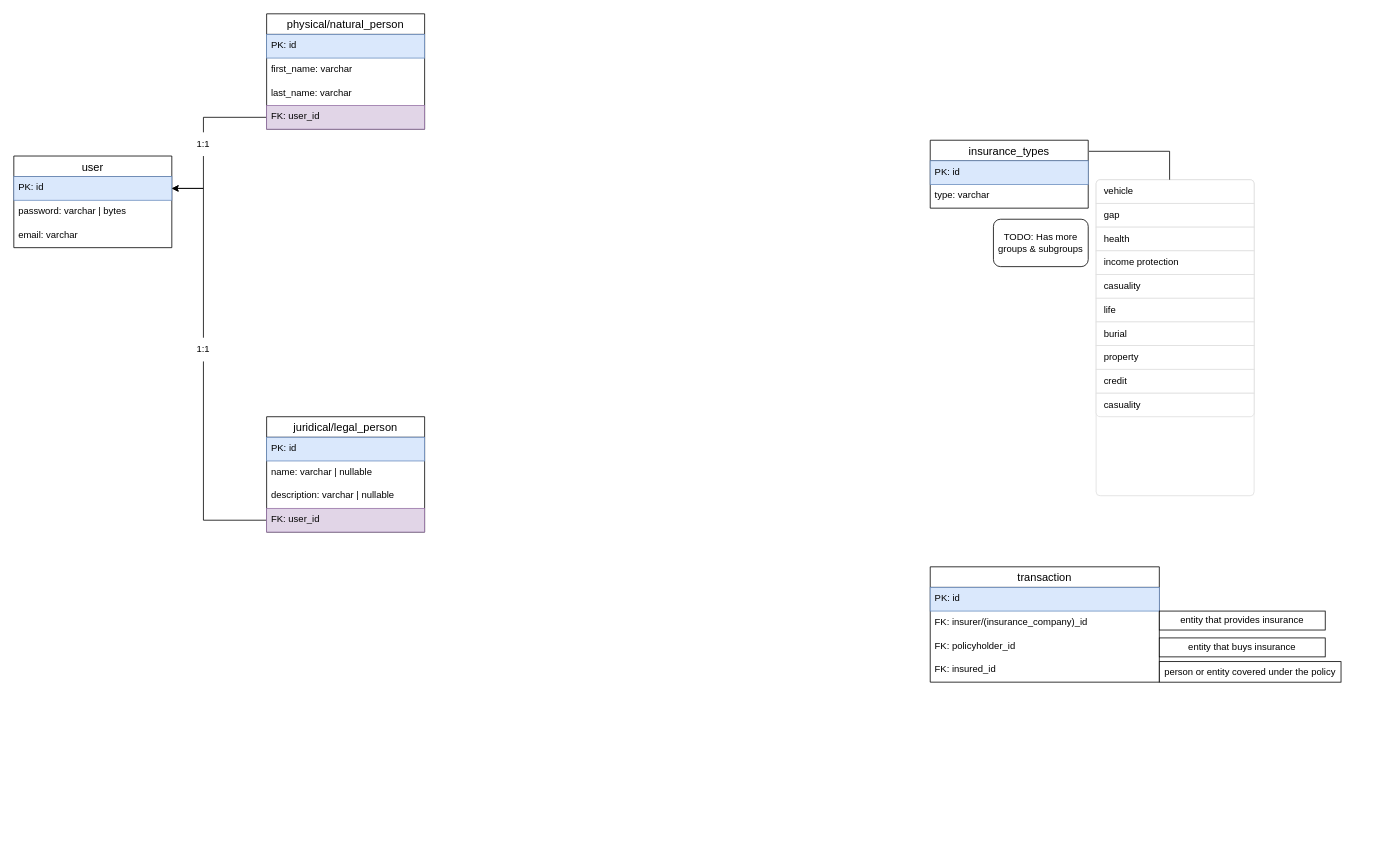
Before: docks/models.drawio in hophiphip/bruh, a draw.io diagram. Source tidied: cells renumbered, new cells numbered last; positions are measured from the earlier drawing's top-left corner, leaving out a move shared by most shapes. Both pictures are drawn from the tidied source at 79%, with x=0, y=0 at pixel (13, 13).
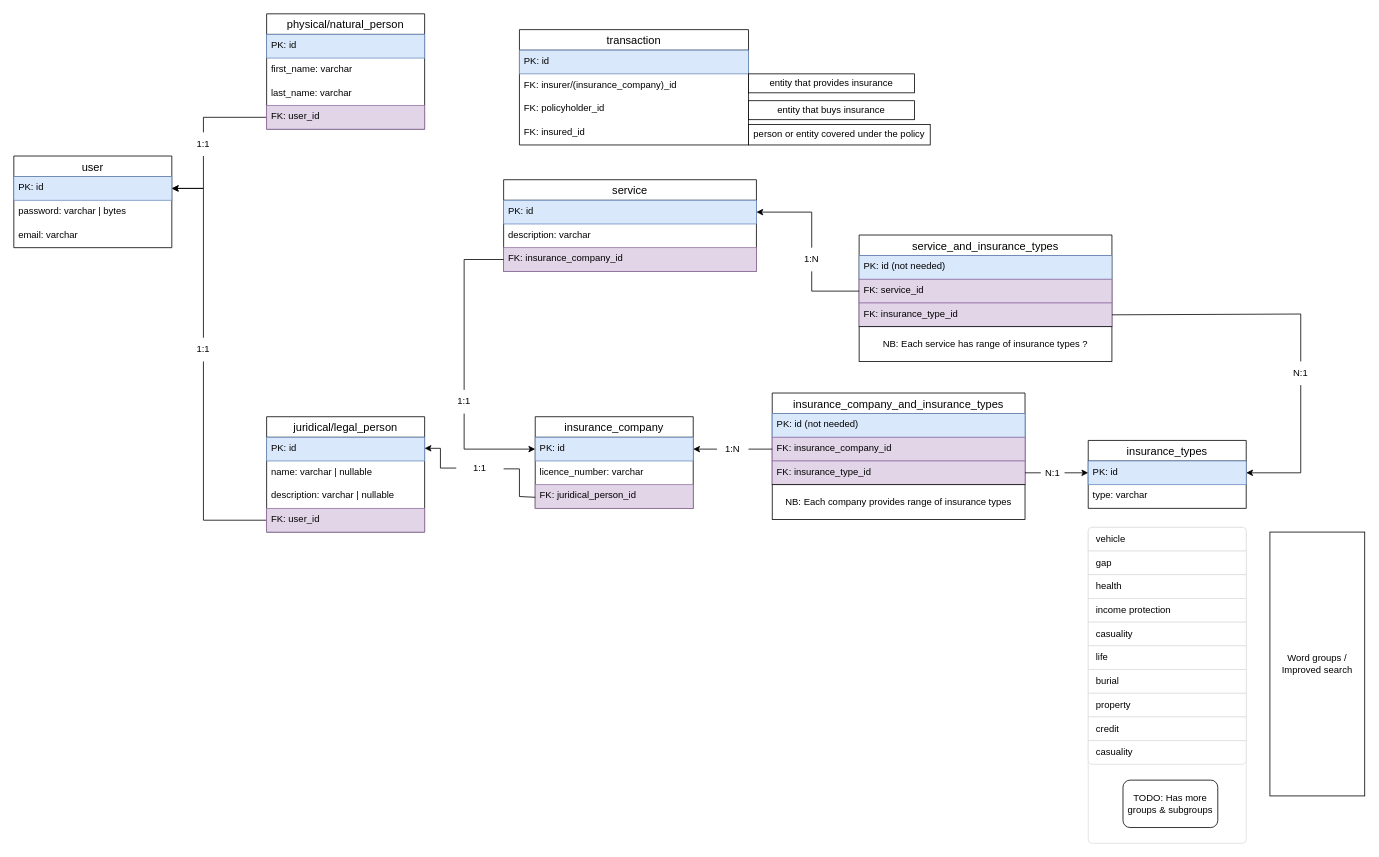
The same diagram, later.

Unchanged cells that the change refers to:
```xml
<mxCell id="23" value="PK: id" style="text;strokeColor=#6c8ebf;fillColor=#dae8fc;spacingLeft=4;spacingRight=4;overflow=hidden;points=[[0,0.5],[1,0.5]];portConstraint=eastwest;fontSize=12;" parent="22" vertex="1">
  <mxGeometry y="26" width="200" height="30" as="geometry" />
</mxCell>
```

What changed in the source:
```diff
@@
+    <mxCell id="38" value="transaction" style="swimlane;fontStyle=0;horizontal=1;startSize=26;align=center;fontSize=14;" parent="1" vertex="1">
+      <mxGeometry x="640" y="20" width="290" height="146" as="geometry" />
+    </mxCell>
+    <mxCell id="39" value="PK: id" style="text;strokeColor=#6c8ebf;fillColor=#dae8fc;spacingLeft=4;spacingRight=4;overflow=hidden;fontSize=12;" parent="38" vertex="1">
+      <mxGeometry y="26" width="290" height="30" as="geometry" />
+    </mxCell>
+    <mxCell id="40" value="FK: insurer/(insurance_company)_id" style="text;strokeColor=none;fillColor=none;spacingLeft=4;spacingRight=4;overflow=hidden;fontSize=12;" parent="38" vertex="1">
+      <mxGeometry y="56" width="290" height="30" as="geometry" />
+    </mxCell>
+    <mxCell id="41" value="FK: policyholder_id" style="text;strokeColor=none;fillColor=none;spacingLeft=4;spacingRight=4;overflow=hidden;fontSize=12;" parent="38" vertex="1">
+      <mxGeometry y="86" width="290" height="30" as="geometry" />
+    </mxCell>
+    <mxCell id="42" value="FK: insured_id" style="text;strokeColor=none;fillColor=none;spacingLeft=4;spacingRight=4;overflow=hidden;fontSize=12;" parent="38" vertex="1">
+      <mxGeometry y="116" width="290" height="30" as="geometry" />
+    </mxCell>
+    <mxCell id="43" value="entity that provides insurance" style="rounded=0;whiteSpace=wrap;html=1;" parent="1" vertex="1">
+      <mxGeometry x="930" y="76" width="210" height="24" as="geometry" />
+    </mxCell>
+    <mxCell id="44" value="entity that buys insurance" style="rounded=0;whiteSpace=wrap;html=1;" parent="1" vertex="1">
+      <mxGeometry x="930" y="110" width="210" height="24" as="geometry" />
+    </mxCell>
+    <mxCell id="45" value=" person or entity covered under the policy" style="rounded=0;whiteSpace=wrap;html=1;" parent="1" vertex="1">
+      <mxGeometry x="930" y="140" width="230" height="26" as="geometry" />
+    </mxCell>
+    <mxCell id="46" value="insurance_company" style="swimlane;fontStyle=0;horizontal=1;startSize=26;align=center;fontSize=14;" parent="1" vertex="1">
+      <mxGeometry x="660" y="510" width="200" height="116" as="geometry" />
+    </mxCell>
+    <mxCell id="47" value="PK: id" style="text;strokeColor=#6c8ebf;fillColor=#dae8fc;spacingLeft=4;spacingRight=4;overflow=hidden;points=[[0,0.5],[1,0.5]];portConstraint=eastwest;fontSize=12;" parent="46" vertex="1">
+      <mxGeometry y="26" width="200" height="30" as="geometry" />
+    </mxCell>
+    <mxCell id="48" value="licence_number: varchar" style="text;strokeColor=none;fillColor=none;spacingLeft=4;spacingRight=4;overflow=hidden;fontSize=12;" parent="46" vertex="1">
+      <mxGeometry y="56" width="200" height="30" as="geometry" />
+    </mxCell>
+    <mxCell id="49" value="FK: juridical_person_id" style="text;strokeColor=#9673a6;fillColor=#e1d5e7;spacingLeft=4;spacingRight=4;overflow=hidden;fontSize=12;" parent="46" vertex="1">
+      <mxGeometry y="86" width="200" height="30" as="geometry" />
+    </mxCell>
+    <mxCell id="50" style="endArrow=classic;html=1;rounded=0;exitX=0;exitY=0.5;exitDx=0;exitDy=0;startArrow=none;" parent="1" edge="1" source="51">
+      <mxGeometry relative="1" as="geometry">
+        <mxPoint x="520" y="550" as="targetPoint" />
+        <Array as="points">
+          <mxPoint x="540" y="575" />
+          <mxPoint x="540" y="550" />
+        </Array>
+      </mxGeometry>
+    </mxCell>
+    <mxCell id="51" value="1:1" style="text;html=1;strokeColor=none;fillColor=none;align=center;verticalAlign=middle;whiteSpace=wrap;rounded=0;" parent="1" vertex="1">
+      <mxGeometry x="560" y="560" width="60" height="30" as="geometry" />
+    </mxCell>
+    <mxCell id="52" style="endArrow=none;html=1;rounded=0;exitX=0;exitY=0.5;exitDx=0;exitDy=0;entryX=1;entryY=0.5;entryDx=0;entryDy=0;" parent="1" edge="1">
+      <mxGeometry relative="1" as="geometry">
+        <mxPoint x="660" y="612" as="sourcePoint" />
+        <mxPoint x="620" y="576" as="targetPoint" />
+        <Array as="points">
+          <mxPoint x="640" y="611" />
+          <mxPoint x="640" y="576" />
+        </Array>
+      </mxGeometry>
+    </mxCell>
+    <mxCell id="53" value="insurance_company_and_insurance_types" style="swimlane;fontStyle=0;horizontal=1;startSize=26;align=center;fontSize=14;" parent="1" vertex="1">
+      <mxGeometry x="960" y="480" width="320" height="116" as="geometry" />
+    </mxCell>
+    <mxCell id="54" value="PK: id (not needed)" style="text;strokeColor=#6c8ebf;fillColor=#dae8fc;spacingLeft=4;spacingRight=4;overflow=hidden;fontSize=12;" parent="53" vertex="1">
+      <mxGeometry y="26" width="320" height="30" as="geometry" />
+    </mxCell>
+    <mxCell id="55" value="FK: insurance_company_id" style="text;strokeColor=#9673a6;fillColor=#e1d5e7;spacingLeft=4;spacingRight=4;overflow=hidden;points=[[0,0.5],[1,0.5]];portConstraint=eastwest;fontSize=12;" parent="53" vertex="1">
+      <mxGeometry y="56" width="320" height="30" as="geometry" />
+    </mxCell>
+    <mxCell id="56" value="FK: insurance_type_id" style="text;strokeColor=#9673a6;fillColor=#e1d5e7;spacingLeft=4;spacingRight=4;overflow=hidden;points=[[0,0.5],[1,0.5]];portConstraint=eastwest;fontSize=12;" parent="53" vertex="1">
+      <mxGeometry y="86" width="320" height="30" as="geometry" />
+    </mxCell>
+    <mxCell id="57" style="endArrow=classic;html=1;rounded=0;exitX=0;exitY=0.5;exitDx=0;exitDy=0;entryX=1;entryY=0.5;entryDx=0;entryDy=0;startArrow=none;" parent="1" edge="1" source="59" target="47">
+      <mxGeometry relative="1" as="geometry" />
+    </mxCell>
+    <mxCell id="58" style="endArrow=classic;html=1;rounded=0;exitX=1;exitY=0.5;exitDx=0;exitDy=0;entryX=0;entryY=0.5;entryDx=0;entryDy=0;startArrow=none;" parent="1" edge="1" source="61" target="23">
+      <mxGeometry relative="1" as="geometry" />
+    </mxCell>
+    <mxCell id="59" value="1:N" style="text;html=1;strokeColor=none;fillColor=none;align=center;verticalAlign=middle;whiteSpace=wrap;rounded=0;" parent="1" vertex="1">
+      <mxGeometry x="890" y="536" width="40" height="30" as="geometry" />
+    </mxCell>
+    <mxCell id="60" style="endArrow=none;html=1;rounded=0;exitX=0;exitY=0.5;exitDx=0;exitDy=0;entryX=1;entryY=0.5;entryDx=0;entryDy=0;" parent="1" edge="1" source="55" target="59">
+      <mxGeometry relative="1" as="geometry" />
+    </mxCell>
+    <mxCell id="61" value="N:1" style="text;html=1;strokeColor=none;fillColor=none;align=center;verticalAlign=middle;whiteSpace=wrap;rounded=0;" parent="1" vertex="1">
+      <mxGeometry x="1300" y="566" width="30" height="30" as="geometry" />
+    </mxCell>
+    <mxCell id="62" style="endArrow=none;html=1;rounded=0;exitX=1;exitY=0.5;exitDx=0;exitDy=0;entryX=0;entryY=0.5;entryDx=0;entryDy=0;" parent="1" edge="1" source="56" target="61">
+      <mxGeometry relative="1" as="geometry" />
+    </mxCell>
+    <mxCell id="63" value="NB: Each company provides range of insurance types" style="rounded=0;whiteSpace=wrap;html=1;" parent="1" vertex="1">
+      <mxGeometry x="960" y="596" width="320" height="44" as="geometry" />
+    </mxCell>
+    <mxCell id="64" style="group;" parent="1" vertex="1">
+      <mxGeometry x="1360" y="540" width="200" height="510" as="geometry" />
+    </mxCell>
-    <mxCell id="22" value="insurance_types" style="swimlane;fontStyle=0;horizontal=1;startSize=26;align=center;fontSize=14;" parent="1" vertex="1">
-      <mxGeometry x="1160" y="160" width="200" height="86" as="geometry" />
+    <mxCell id="22" value="insurance_types" style="swimlane;fontStyle=0;horizontal=1;startSize=26;align=center;fontSize=14;" parent="64" vertex="1">
+      <mxGeometry width="200" height="86" as="geometry" />
     </mxCell>
@@
-    <mxCell id="25" style="html=1;shadow=0;dashed=0;shape=mxgraph.bootstrap.rrect;rSize=5;strokeColor=#DFDFDF;html=1;whiteSpace=wrap;fillColor=#FFFFFF;fontColor=#000000;" parent="1" vertex="1">
-      <mxGeometry x="1370" y="210" width="200" height="400" as="geometry" />
+    <mxCell id="25" style="html=1;shadow=0;dashed=0;shape=mxgraph.bootstrap.rrect;rSize=5;strokeColor=#DFDFDF;html=1;whiteSpace=wrap;fillColor=#FFFFFF;fontColor=#000000;" parent="64" vertex="1">
+      <mxGeometry y="110" width="200" height="400" as="geometry" />
     </mxCell>
@@
-    <mxCell id="36" style="endArrow=none;html=1;rounded=0;exitX=1.005;exitY=0.163;exitDx=0;exitDy=0;exitPerimeter=0;" parent="1" edge="1" source="22">
-      <mxGeometry relative="1" as="geometry">
-        <mxPoint x="1463" y="210" as="targetPoint" />
-        <Array as="points">
-          <mxPoint x="1463" y="174" />
-        </Array>
-      </mxGeometry>
-    </mxCell>
-    <mxCell id="37" value="TODO: Has more groups &amp;amp; subgroups" style="rounded=1;whiteSpace=wrap;html=1;" parent="1" vertex="1">
-      <mxGeometry x="1240" y="260" width="120" height="60" as="geometry" />
+    <mxCell id="37" value="TODO: Has more groups &amp;amp; subgroups" style="rounded=1;whiteSpace=wrap;html=1;" parent="25" vertex="1">
+      <mxGeometry x="44" y="320" width="120" height="60" as="geometry" />
     </mxCell>
-    <mxCell id="38" value="transaction" style="swimlane;fontStyle=0;horizontal=1;startSize=26;align=center;fontSize=14;" parent="1" vertex="1">
-      <mxGeometry x="1160" y="700" width="290" height="146" as="geometry" />
-    </mxCell>
-    <mxCell id="39" value="PK: id" style="text;strokeColor=#6c8ebf;fillColor=#dae8fc;spacingLeft=4;spacingRight=4;overflow=hidden;fontSize=12;" parent="38" vertex="1">
-      <mxGeometry y="26" width="290" height="30" as="geometry" />
-    </mxCell>
-    <mxCell id="40" value="FK: insurer/(insurance_company)_id" style="text;strokeColor=none;fillColor=none;spacingLeft=4;spacingRight=4;overflow=hidden;fontSize=12;" parent="38" vertex="1">
-      <mxGeometry y="56" width="290" height="30" as="geometry" />
-    </mxCell>
-    <mxCell id="41" value="FK: policyholder_id" style="text;strokeColor=none;fillColor=none;spacingLeft=4;spacingRight=4;overflow=hidden;fontSize=12;" parent="38" vertex="1">
-      <mxGeometry y="86" width="290" height="30" as="geometry" />
-    </mxCell>
-    <mxCell id="42" value="FK: insured_id" style="text;strokeColor=none;fillColor=none;spacingLeft=4;spacingRight=4;overflow=hidden;fontSize=12;" parent="38" vertex="1">
-      <mxGeometry y="116" width="290" height="30" as="geometry" />
-    </mxCell>
-    <mxCell id="43" value="entity that provides insurance" style="rounded=0;whiteSpace=wrap;html=1;" parent="1" vertex="1">
-      <mxGeometry x="1450" y="756" width="210" height="24" as="geometry" />
-    </mxCell>
-    <mxCell id="44" value="entity that buys insurance" style="rounded=0;whiteSpace=wrap;html=1;" parent="1" vertex="1">
-      <mxGeometry x="1450" y="790" width="210" height="24" as="geometry" />
-    </mxCell>
-    <mxCell id="45" value=" person or entity covered under the policy" style="rounded=0;whiteSpace=wrap;html=1;" parent="1" vertex="1">
-      <mxGeometry x="1450" y="820" width="230" height="26" as="geometry" />
-    </mxCell>
+    <mxCell id="65" value="service" style="swimlane;fontStyle=0;horizontal=1;startSize=26;align=center;fontSize=14;" parent="1" vertex="1">
+      <mxGeometry x="620" y="210" width="320" height="116" as="geometry" />
+    </mxCell>
+    <mxCell id="66" value="PK: id" style="text;strokeColor=#6c8ebf;fillColor=#dae8fc;spacingLeft=4;spacingRight=4;overflow=hidden;points=[[0,0.5],[1,0.5]];portConstraint=eastwest;fontSize=12;" parent="65" vertex="1">
+      <mxGeometry y="26" width="320" height="30" as="geometry" />
+    </mxCell>
+    <mxCell id="67" value="description: varchar" style="text;strokeColor=none;fillColor=none;spacingLeft=4;spacingRight=4;overflow=hidden;fontSize=12;" parent="65" vertex="1">
+      <mxGeometry y="56" width="320" height="30" as="geometry" />
+    </mxCell>
+    <mxCell id="68" value="FK: insurance_company_id" style="text;strokeColor=#9673a6;fillColor=#e1d5e7;spacingLeft=4;spacingRight=4;overflow=hidden;points=[[0,0.5],[1,0.5]];portConstraint=eastwest;fontSize=12;" parent="65" vertex="1">
+      <mxGeometry y="86" width="320" height="30" as="geometry" />
+    </mxCell>
+    <mxCell id="69" value="1:1" style="text;html=1;strokeColor=none;fillColor=none;align=center;verticalAlign=middle;whiteSpace=wrap;rounded=0;" parent="1" vertex="1">
+      <mxGeometry x="540" y="476" width="60" height="30" as="geometry" />
+    </mxCell>
+    <mxCell id="70" style="endArrow=none;html=1;rounded=0;exitX=0;exitY=0.5;exitDx=0;exitDy=0;entryX=0.5;entryY=0;entryDx=0;entryDy=0;" parent="1" edge="1" source="68" target="69">
+      <mxGeometry relative="1" as="geometry">
+        <Array as="points">
+          <mxPoint x="570" y="311" />
+        </Array>
+      </mxGeometry>
+    </mxCell>
+    <mxCell id="71" style="endArrow=classic;html=1;rounded=0;exitX=0.5;exitY=1;exitDx=0;exitDy=0;entryX=0;entryY=0.5;entryDx=0;entryDy=0;" parent="1" edge="1" source="69" target="47">
+      <mxGeometry relative="1" as="geometry">
+        <Array as="points">
+          <mxPoint x="570" y="551" />
+        </Array>
+      </mxGeometry>
+    </mxCell>
+    <mxCell id="72" value="Word groups / Improved search" style="rounded=0;whiteSpace=wrap;html=1;" parent="1" vertex="1">
+      <mxGeometry x="1590" y="656" width="120" height="334" as="geometry" />
+    </mxCell>
+    <mxCell id="73" value="service_and_insurance_types" style="swimlane;fontStyle=0;horizontal=1;startSize=26;align=center;fontSize=14;" parent="1" vertex="1">
+      <mxGeometry x="1070" y="280" width="320" height="116" as="geometry" />
+    </mxCell>
+    <mxCell id="74" value="PK: id (not needed)" style="text;strokeColor=#6c8ebf;fillColor=#dae8fc;spacingLeft=4;spacingRight=4;overflow=hidden;fontSize=12;" parent="73" vertex="1">
+      <mxGeometry y="26" width="320" height="30" as="geometry" />
+    </mxCell>
+    <mxCell id="75" value="FK: service_id" style="text;strokeColor=#9673a6;fillColor=#e1d5e7;spacingLeft=4;spacingRight=4;overflow=hidden;points=[[0,0.5],[1,0.5]];portConstraint=eastwest;fontSize=12;" parent="73" vertex="1">
+      <mxGeometry y="56" width="320" height="30" as="geometry" />
+    </mxCell>
+    <mxCell id="76" value="FK: insurance_type_id" style="text;strokeColor=#9673a6;fillColor=#e1d5e7;spacingLeft=4;spacingRight=4;overflow=hidden;points=[[0,0.5],[1,0.5]];portConstraint=eastwest;fontSize=12;" parent="73" vertex="1">
+      <mxGeometry y="86" width="320" height="30" as="geometry" />
+    </mxCell>
+    <mxCell id="77" value="NB: Each service has range of insurance types ?" style="rounded=0;whiteSpace=wrap;html=1;" parent="1" vertex="1">
+      <mxGeometry x="1070" y="396" width="320" height="44" as="geometry" />
+    </mxCell>
+    <mxCell id="78" style="endArrow=classic;html=1;rounded=0;exitX=0.5;exitY=0;exitDx=0;exitDy=0;entryX=1;entryY=0.5;entryDx=0;entryDy=0;startArrow=none;" parent="1" edge="1" source="82" target="66">
+      <mxGeometry relative="1" as="geometry">
+        <Array as="points">
+          <mxPoint x="1010" y="251" />
+        </Array>
+      </mxGeometry>
+    </mxCell>
+    <mxCell id="79" value="N:1" style="text;html=1;strokeColor=none;fillColor=none;align=center;verticalAlign=middle;whiteSpace=wrap;rounded=0;" parent="1" vertex="1">
+      <mxGeometry x="1614" y="440" width="30" height="30" as="geometry" />
+    </mxCell>
+    <mxCell id="80" style="endArrow=none;html=1;rounded=0;exitX=1;exitY=0.5;exitDx=0;exitDy=0;entryX=0.5;entryY=0;entryDx=0;entryDy=0;" parent="1" edge="1" source="76" target="79">
+      <mxGeometry relative="1" as="geometry">
+        <Array as="points">
+          <mxPoint x="1629" y="380" />
+        </Array>
+      </mxGeometry>
+    </mxCell>
+    <mxCell id="81" style="endArrow=classic;html=1;rounded=0;exitX=0.5;exitY=1;exitDx=0;exitDy=0;entryX=1;entryY=0.5;entryDx=0;entryDy=0;" parent="1" edge="1" source="79" target="23">
+      <mxGeometry relative="1" as="geometry">
+        <Array as="points">
+          <mxPoint x="1629" y="581" />
+        </Array>
+      </mxGeometry>
+    </mxCell>
+    <mxCell id="82" value="1:N" style="text;html=1;strokeColor=none;fillColor=none;align=center;verticalAlign=middle;whiteSpace=wrap;rounded=0;" parent="1" vertex="1">
+      <mxGeometry x="990" y="296" width="40" height="30" as="geometry" />
+    </mxCell>
+    <mxCell id="83" style="endArrow=none;html=1;rounded=0;exitX=0;exitY=0.5;exitDx=0;exitDy=0;entryX=0.5;entryY=1;entryDx=0;entryDy=0;" parent="1" edge="1" source="75" target="82">
+      <mxGeometry relative="1" as="geometry">
+        <Array as="points">
+          <mxPoint x="1010" y="351" />
+        </Array>
+      </mxGeometry>
+    </mxCell>
```
